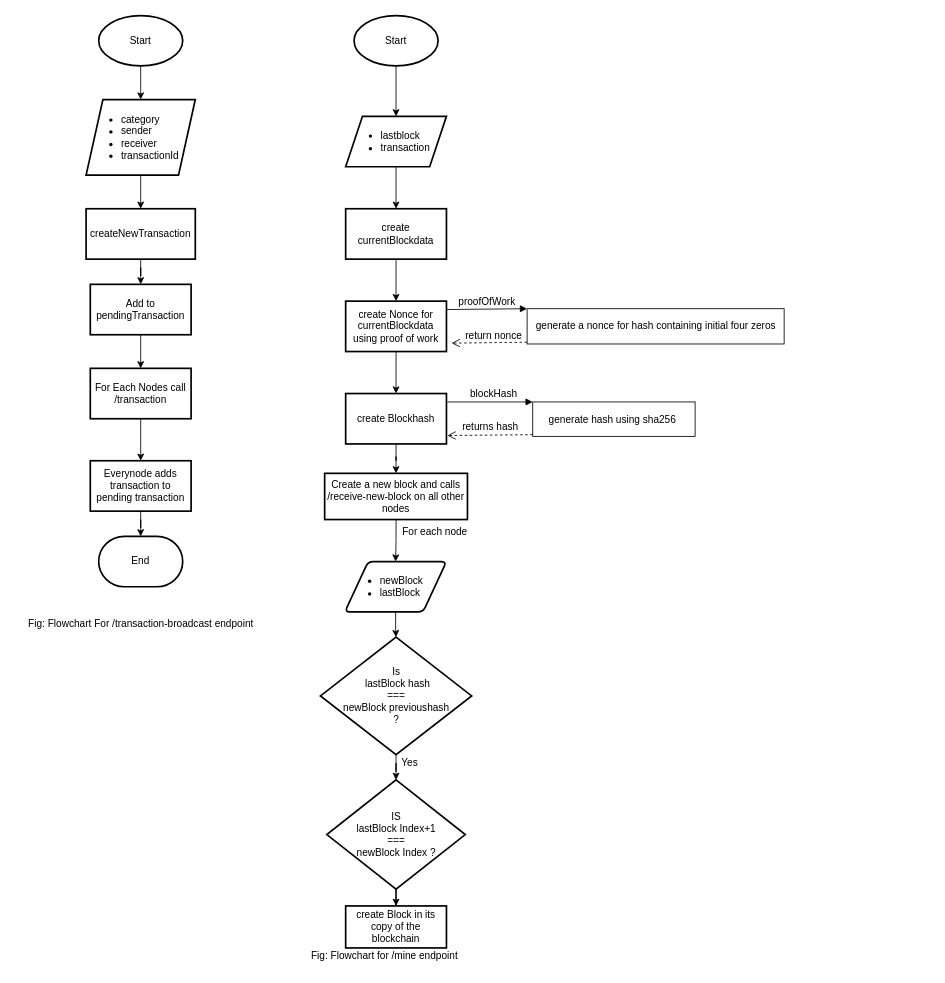
Above: page "Vote" (1 of 4) of Untitled Diagram.drawio in sande5h/blockchain (draw.io), before the change. Source tidied: cells renumbered, new cells numbered last; positions are measured from the earlier drawing's top-left corner, leaving out a move shared by most shapes. Both pictures are drawn from the tidied source at 84%, with x=0, y=0 at pixel (18, 15).
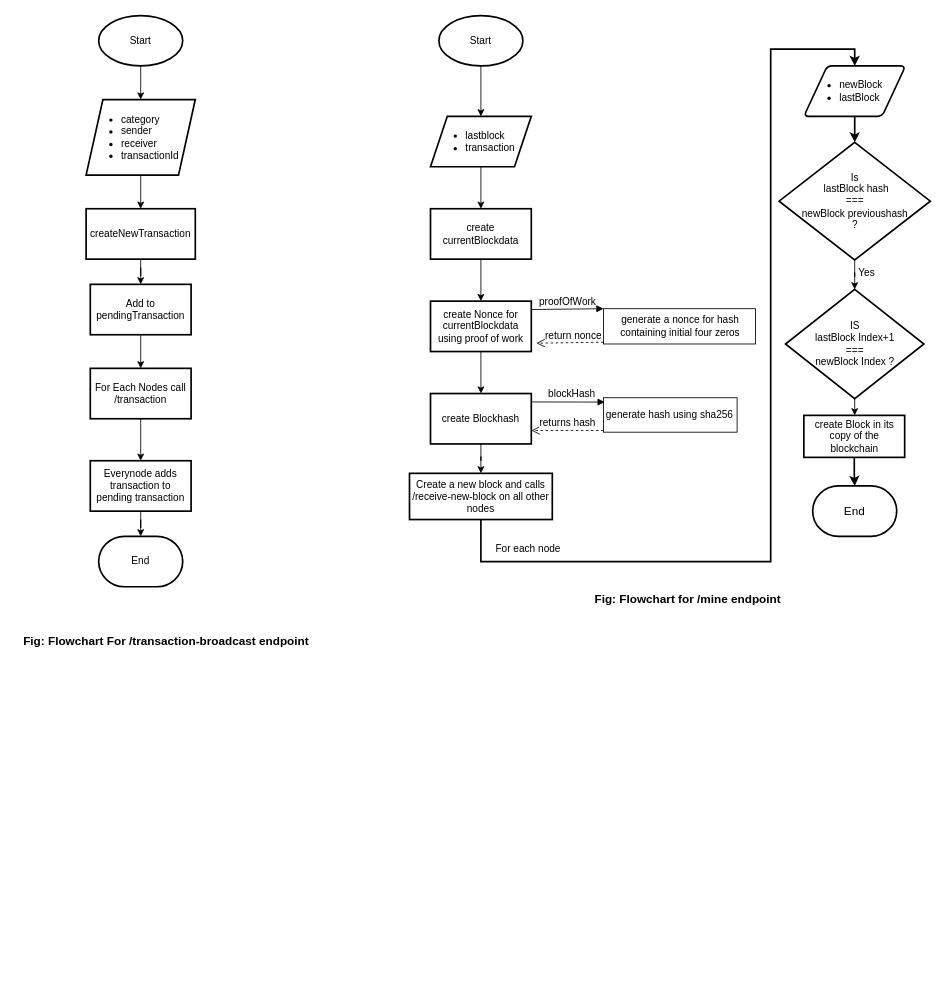
After the change.

What changed in the source:
```diff
@@
     <mxCell id="2" style="group;" parent="1" vertex="1">
-      <mxGeometry x="25" width="265" height="740" as="geometry" />
+      <mxGeometry x="25" width="300" height="740" as="geometry" />
     </mxCell>
@@
-    <mxCell id="16" value="Fig: Flowchart For /transaction-broadcast endpoint&lt;br&gt;" style="text;html=1;align=center;verticalAlign=middle;strokeColor=none;fillColor=none;fontSize=12;" parent="2" vertex="1">
-      <mxGeometry x="-25" y="710" width="290" height="30" as="geometry" />
-    </mxCell>
-    <mxCell id="17" style="group;" parent="1" vertex="1">
-      <mxGeometry x="335" width="576" height="1135" as="geometry" />
-    </mxCell>
-    <mxCell id="18" style="group;" parent="17" vertex="1">
-      <mxGeometry x="24" width="552" height="1110" as="geometry" />
-    </mxCell>
+    <mxCell id="46" value="&lt;font style=&quot;font-size: 14px;&quot;&gt;&lt;b&gt;Fig: Flowchart for /mine endpoint&lt;/b&gt;&lt;/font&gt;" style="text;html=1;align=center;verticalAlign=middle;strokeColor=none;fillColor=none;fontSize=12;" parent="1" vertex="1">
+      <mxGeometry x="671" y="680" width="250" height="30" as="geometry" />
+    </mxCell>
-    <mxCell id="19" value="Start" style="strokeWidth=2;html=1;shape=mxgraph.flowchart.start_1;whiteSpace=wrap;" parent="18" vertex="1">
-      <mxGeometry x="40" width="100" height="60" as="geometry" />
+    <mxCell id="19" value="Start" style="strokeWidth=2;html=1;shape=mxgraph.flowchart.start_1;whiteSpace=wrap;" parent="1" vertex="1">
+      <mxGeometry x="500" width="100" height="60" as="geometry" />
     </mxCell>
-    <mxCell id="20" value="&lt;ul&gt;&lt;li&gt;lastblock&lt;/li&gt;&lt;li&gt;transaction&lt;/li&gt;&lt;/ul&gt;" style="shape=parallelogram;perimeter=parallelogramPerimeter;whiteSpace=wrap;html=1;fixedSize=1;align=left;strokeWidth=2;" parent="18" vertex="1">
-      <mxGeometry x="30" y="120" width="120" height="60" as="geometry" />
+    <mxCell id="20" value="&lt;ul&gt;&lt;li&gt;lastblock&lt;/li&gt;&lt;li&gt;transaction&lt;/li&gt;&lt;/ul&gt;" style="shape=parallelogram;perimeter=parallelogramPerimeter;whiteSpace=wrap;html=1;fixedSize=1;align=left;strokeWidth=2;" parent="1" vertex="1">
+      <mxGeometry x="490" y="120" width="120" height="60" as="geometry" />
     </mxCell>
-    <mxCell id="21" style="edgeStyle=orthogonalEdgeStyle;rounded=0;jettySize=auto;html=1;fontSize=12;" parent="18" edge="1" source="19" target="20">
+    <mxCell id="21" style="edgeStyle=orthogonalEdgeStyle;rounded=0;jettySize=auto;html=1;fontSize=12;" parent="1" edge="1" source="19" target="20">
       <mxGeometry relative="1" as="geometry" />
     </mxCell>
-    <mxCell id="22" value="create currentBlockdata" style="whiteSpace=wrap;html=1;align=center;strokeWidth=2;" parent="18" vertex="1">
-      <mxGeometry x="30" y="230" width="120" height="60" as="geometry" />
+    <mxCell id="22" value="create currentBlockdata" style="whiteSpace=wrap;html=1;align=center;strokeWidth=2;" parent="1" vertex="1">
+      <mxGeometry x="490" y="230" width="120" height="60" as="geometry" />
     </mxCell>
-    <mxCell id="23" style="edgeStyle=orthogonalEdgeStyle;rounded=0;jettySize=auto;html=1;fontSize=12;" parent="18" edge="1" source="20" target="22">
+    <mxCell id="23" style="edgeStyle=orthogonalEdgeStyle;rounded=0;jettySize=auto;html=1;fontSize=12;" parent="1" edge="1" source="20" target="22">
       <mxGeometry relative="1" as="geometry" />
     </mxCell>
-    <mxCell id="24" value="create Nonce for currentBlockdata using proof of work" style="whiteSpace=wrap;html=1;strokeWidth=2;fontSize=12;" parent="18" vertex="1">
-      <mxGeometry x="30" y="340" width="120" height="60" as="geometry" />
+    <mxCell id="24" value="create Nonce for currentBlockdata using proof of work" style="whiteSpace=wrap;html=1;strokeWidth=2;fontSize=12;" parent="1" vertex="1">
+      <mxGeometry x="490" y="340" width="120" height="60" as="geometry" />
     </mxCell>
-    <mxCell id="25" style="edgeStyle=orthogonalEdgeStyle;rounded=0;jettySize=auto;html=1;fontSize=12;" parent="18" edge="1" source="22" target="24">
+    <mxCell id="25" style="edgeStyle=orthogonalEdgeStyle;rounded=0;jettySize=auto;html=1;fontSize=12;" parent="1" edge="1" source="22" target="24">
       <mxGeometry relative="1" as="geometry" />
     </mxCell>
-    <mxCell id="26" value="generate a nonce for hash containing initial four zeros" style="html=1;points=[];perimeter=orthogonalPerimeter;fontSize=12;" parent="18" vertex="1">
-      <mxGeometry x="246" y="349" width="306" height="42" as="geometry" />
+    <mxCell id="26" value="generate a nonce for hash &lt;br&gt;containing initial four zeros" style="html=1;points=[];perimeter=orthogonalPerimeter;fontSize=12;" parent="1" vertex="1">
+      <mxGeometry x="696" y="349" width="181" height="42" as="geometry" />
     </mxCell>
-    <mxCell id="27" value="proofOfWork" style="html=1;verticalAlign=bottom;endArrow=block;entryX=0;entryY=0;rounded=0;fontSize=12;" parent="18" edge="1" target="26">
+    <mxCell id="27" value="proofOfWork" style="html=1;verticalAlign=bottom;endArrow=block;entryX=0;entryY=0;rounded=0;fontSize=12;" parent="1" edge="1" target="26">
       <mxGeometry relative="1" as="geometry">
-        <mxPoint x="150" y="350" as="sourcePoint" />
+        <mxPoint x="610" y="350" as="sourcePoint" />
       </mxGeometry>
     </mxCell>
-    <mxCell id="28" value="return nonce" style="html=1;verticalAlign=bottom;endArrow=open;dashed=1;endSize=8;exitX=0;exitY=0.95;rounded=0;fontSize=12;" parent="18" edge="1" source="26">
+    <mxCell id="28" value="return nonce" style="html=1;verticalAlign=bottom;endArrow=open;dashed=1;endSize=8;exitX=0;exitY=0.95;rounded=0;fontSize=12;" parent="1" edge="1" source="26">
       <mxGeometry x="-0.11" y="1" relative="1" as="geometry">
-        <mxPoint x="156" y="390" as="targetPoint" />
+        <mxPoint x="616" y="390" as="targetPoint" />
       </mxGeometry>
     </mxCell>
-    <mxCell id="29" value="create Blockhash" style="whiteSpace=wrap;html=1;strokeWidth=2;" parent="18" vertex="1">
-      <mxGeometry x="30" y="450" width="120" height="60" as="geometry" />
+    <mxCell id="29" value="create Blockhash" style="whiteSpace=wrap;html=1;strokeWidth=2;" parent="1" vertex="1">
+      <mxGeometry x="490" y="450" width="120" height="60" as="geometry" />
     </mxCell>
-    <mxCell id="30" style="edgeStyle=orthogonalEdgeStyle;rounded=0;jettySize=auto;html=1;fontSize=12;" parent="18" edge="1" source="24" target="29">
+    <mxCell id="30" style="edgeStyle=orthogonalEdgeStyle;rounded=0;jettySize=auto;html=1;fontSize=12;" parent="1" edge="1" source="24" target="29">
       <mxGeometry relative="1" as="geometry" />
     </mxCell>
-    <mxCell id="31" value="generate hash using sha256&amp;nbsp;" style="html=1;points=[];perimeter=orthogonalPerimeter;fontSize=12;" parent="18" vertex="1">
-      <mxGeometry x="252.7" y="460" width="193.3" height="41" as="geometry" />
+    <mxCell id="31" value="generate hash using sha256&amp;nbsp;" style="html=1;points=[];perimeter=orthogonalPerimeter;fontSize=12;align=center;" parent="1" vertex="1">
+      <mxGeometry x="696" y="455" width="159" height="41" as="geometry" />
     </mxCell>
-    <mxCell id="32" value="blockHash" style="html=1;verticalAlign=bottom;endArrow=block;entryX=0;entryY=0;rounded=0;fontSize=12;" parent="18" edge="1">
+    <mxCell id="32" value="blockHash" style="html=1;verticalAlign=bottom;endArrow=block;entryX=0.009;entryY=0.126;rounded=0;fontSize=12;entryDx=0;entryDy=0;entryPerimeter=0;" parent="1" edge="1" target="31">
       <mxGeometry x="0.08" relative="1" as="geometry">
-        <mxPoint x="151" y="460" as="sourcePoint" />
-        <mxPoint x="252.7" y="460" as="targetPoint" />
+        <mxPoint x="611" y="460" as="sourcePoint" />
       </mxGeometry>
     </mxCell>
-    <mxCell id="33" value="returns hash" style="html=1;verticalAlign=bottom;endArrow=open;dashed=1;endSize=8;exitX=0;exitY=0.95;rounded=0;fontSize=12;" parent="18" edge="1" source="31">
+    <mxCell id="33" value="returns hash" style="html=1;verticalAlign=bottom;endArrow=open;dashed=1;endSize=8;rounded=0;fontSize=12;entryX=1;entryY=0.5;entryDx=0;entryDy=0;" parent="1" edge="1">
       <mxGeometry relative="1" as="geometry">
-        <mxPoint x="151" y="500" as="targetPoint" />
+        <mxPoint x="696" y="494" as="sourcePoint" />
+        <mxPoint x="610" y="494" as="targetPoint" />
       </mxGeometry>
     </mxCell>
+    <mxCell id="38" style="edgeStyle=orthogonalEdgeStyle;rounded=0;jettySize=auto;html=1;entryX=0.5;entryY=0;entryDx=0;entryDy=0;strokeWidth=2;fontSize=14;" parent="1" edge="1" source="34" target="37">
+      <mxGeometry relative="1" as="geometry">
+        <Array as="points">
+          <mxPoint x="550" y="650" />
+          <mxPoint x="895" y="650" />
+          <mxPoint x="895" y="40" />
+          <mxPoint x="995" y="40" />
+        </Array>
+      </mxGeometry>
+    </mxCell>
-    <mxCell id="34" value="Create a new block and calls /receive-new-block on all other nodes&lt;br&gt;" style="whiteSpace=wrap;html=1;strokeWidth=2;" parent="18" vertex="1">
-      <mxGeometry x="5" y="545" width="170" height="55" as="geometry" />
+    <mxCell id="34" value="Create a new block and calls /receive-new-block on all other nodes&lt;br&gt;" style="whiteSpace=wrap;html=1;strokeWidth=2;" parent="1" vertex="1">
+      <mxGeometry x="465" y="545" width="170" height="55" as="geometry" />
     </mxCell>
-    <mxCell id="35" style="edgeStyle=orthogonalEdgeStyle;rounded=0;jettySize=auto;html=1;fontSize=12;" parent="18" edge="1" source="29" target="34">
+    <mxCell id="35" style="edgeStyle=orthogonalEdgeStyle;rounded=0;jettySize=auto;html=1;fontSize=12;" parent="1" edge="1" source="29" target="34">
       <mxGeometry relative="1" as="geometry" />
     </mxCell>
-    <mxCell id="36" value="For each node" style="text;html=1;align=center;verticalAlign=middle;strokeColor=none;fillColor=none;fontSize=12;" parent="18" vertex="1">
-      <mxGeometry x="86" y="600" width="100" height="30" as="geometry" />
+    <mxCell id="36" value="For each node" style="text;html=1;align=center;verticalAlign=middle;strokeColor=none;fillColor=none;fontSize=12;" parent="1" vertex="1">
+      <mxGeometry x="556" y="620" width="100" height="30" as="geometry" />
     </mxCell>
+    <mxCell id="40" style="edgeStyle=orthogonalEdgeStyle;rounded=0;jettySize=auto;html=1;strokeWidth=2;fontSize=14;" parent="1" edge="1" source="37" target="39">
+      <mxGeometry relative="1" as="geometry" />
+    </mxCell>
-    <mxCell id="37" value="&lt;div style=&quot;&quot;&gt;&lt;ul&gt;&lt;li&gt;&lt;span style=&quot;background-color: initial;&quot;&gt;newBlock&lt;/span&gt;&lt;/li&gt;&lt;li&gt;&lt;span style=&quot;background-color: initial;&quot;&gt;lastBlock&lt;/span&gt;&lt;/li&gt;&lt;/ul&gt;&lt;/div&gt;" style="shape=parallelogram;html=1;strokeWidth=2;perimeter=parallelogramPerimeter;whiteSpace=wrap;rounded=1;arcSize=12;size=0.23;fontSize=12;align=left;" parent="18" vertex="1">
-      <mxGeometry x="29" y="650" width="121" height="60" as="geometry" />
+    <mxCell id="37" value="&lt;div style=&quot;&quot;&gt;&lt;ul&gt;&lt;li&gt;&lt;span style=&quot;background-color: initial;&quot;&gt;newBlock&lt;/span&gt;&lt;/li&gt;&lt;li&gt;&lt;span style=&quot;background-color: initial;&quot;&gt;lastBlock&lt;/span&gt;&lt;/li&gt;&lt;/ul&gt;&lt;/div&gt;" style="shape=parallelogram;html=1;strokeWidth=2;perimeter=parallelogramPerimeter;whiteSpace=wrap;rounded=1;arcSize=12;size=0.23;fontSize=12;align=left;" parent="1" vertex="1">
+      <mxGeometry x="934.5" y="60" width="121" height="60" as="geometry" />
     </mxCell>
-    <mxCell id="38" style="edgeStyle=orthogonalEdgeStyle;rounded=0;jettySize=auto;html=1;fontSize=12;" parent="18" edge="1" source="34" target="37">
-      <mxGeometry relative="1" as="geometry" />
-    </mxCell>
-    <mxCell id="39" value="Is&lt;br&gt;&amp;nbsp;lastBlock hash&lt;br&gt;===&lt;br&gt;newBlock previoushash&lt;br&gt;?&lt;br&gt;" style="strokeWidth=2;html=1;shape=mxgraph.flowchart.decision;fontSize=12;align=center;" parent="18" vertex="1">
-      <mxGeometry y="740" width="180" height="140" as="geometry" />
+    <mxCell id="39" value="Is&lt;br&gt;&amp;nbsp;lastBlock hash&lt;br&gt;===&lt;br&gt;newBlock previoushash&lt;br&gt;?&lt;br&gt;" style="strokeWidth=2;html=1;shape=mxgraph.flowchart.decision;fontSize=12;align=center;" parent="1" vertex="1">
+      <mxGeometry x="905" y="151" width="180" height="140" as="geometry" />
     </mxCell>
-    <mxCell id="40" style="edgeStyle=orthogonalEdgeStyle;rounded=0;jettySize=auto;html=1;fontSize=12;" parent="18" edge="1" source="37" target="39">
-      <mxGeometry relative="1" as="geometry" />
-    </mxCell>
-    <mxCell id="41" value="IS&lt;br&gt;lastBlock Index+1&lt;br style=&quot;border-color: var(--border-color);&quot;&gt;===&lt;br style=&quot;border-color: var(--border-color);&quot;&gt;newBlock Index ?" style="rhombus;whiteSpace=wrap;html=1;strokeWidth=2;" parent="18" vertex="1">
-      <mxGeometry x="7.6" y="910" width="164.8" height="130" as="geometry" />
+    <mxCell id="41" value="IS&lt;br&gt;lastBlock Index+1&lt;br style=&quot;border-color: var(--border-color);&quot;&gt;===&lt;br style=&quot;border-color: var(--border-color);&quot;&gt;newBlock Index ?" style="rhombus;whiteSpace=wrap;html=1;strokeWidth=2;" parent="1" vertex="1">
+      <mxGeometry x="912.6" y="326" width="164.8" height="130" as="geometry" />
     </mxCell>
-    <mxCell id="42" style="edgeStyle=orthogonalEdgeStyle;rounded=0;jettySize=auto;html=1;fontSize=12;" parent="18" edge="1" source="39" target="41">
+    <mxCell id="42" style="edgeStyle=orthogonalEdgeStyle;rounded=0;jettySize=auto;html=1;fontSize=12;" parent="1" edge="1" source="39" target="41">
       <mxGeometry relative="1" as="geometry" />
     </mxCell>
-    <mxCell id="43" value="Yes" style="text;html=1;align=center;verticalAlign=middle;strokeColor=none;fillColor=none;fontSize=12;" parent="18" vertex="1">
-      <mxGeometry x="86" y="875" width="40" height="30" as="geometry" />
+    <mxCell id="43" value="Yes" style="text;html=1;align=center;verticalAlign=middle;strokeColor=none;fillColor=none;fontSize=12;" parent="1" vertex="1">
+      <mxGeometry x="988.5" y="291" width="40" height="30" as="geometry" />
     </mxCell>
+    <mxCell id="47" style="edgeStyle=orthogonalEdgeStyle;rounded=0;jettySize=auto;html=1;strokeWidth=2;fontSize=14;" parent="1" edge="1" source="44" target="48">
+      <mxGeometry relative="1" as="geometry" />
+    </mxCell>
-    <mxCell id="44" value="create Block in its copy of the blockchain" style="whiteSpace=wrap;html=1;strokeWidth=2;" parent="18" vertex="1">
-      <mxGeometry x="30" y="1060" width="120" height="50" as="geometry" />
+    <mxCell id="44" value="create Block in its copy of the blockchain" style="whiteSpace=wrap;html=1;strokeWidth=2;" parent="1" vertex="1">
+      <mxGeometry x="934.5" y="476" width="120" height="50" as="geometry" />
     </mxCell>
-    <mxCell id="45" style="edgeStyle=orthogonalEdgeStyle;rounded=0;jettySize=auto;html=1;fontSize=12;" parent="18" edge="1" source="41" target="44">
+    <mxCell id="45" style="edgeStyle=orthogonalEdgeStyle;rounded=0;jettySize=auto;html=1;fontSize=12;" parent="1" edge="1" source="41" target="44">
       <mxGeometry relative="1" as="geometry" />
     </mxCell>
-    <mxCell id="46" value="Fig: Flowchart for /mine endpoint" style="text;html=1;align=center;verticalAlign=middle;strokeColor=none;fillColor=none;fontSize=12;" parent="17" vertex="1">
-      <mxGeometry y="1105" width="200" height="30" as="geometry" />
-    </mxCell>
+    <mxCell id="48" value="End" style="strokeWidth=2;html=1;shape=mxgraph.flowchart.terminator;whiteSpace=wrap;shadow=0;strokeColor=default;fontSize=14;fillColor=none;gradientColor=none;gradientDirection=west;" parent="1" vertex="1">
+      <mxGeometry x="945" y="560" width="100" height="60" as="geometry" />
+    </mxCell>
+    <mxCell id="16" value="&lt;b&gt;&lt;font style=&quot;font-size: 14px;&quot;&gt;Fig: Flowchart For /transaction-broadcast endpoint&lt;/font&gt;&lt;/b&gt;" style="text;html=1;align=center;verticalAlign=middle;strokeColor=none;fillColor=none;fontSize=12;" parent="1" vertex="1">
+      <mxGeometry x="-5" y="730" width="360" height="30" as="geometry" />
+    </mxCell>
```
